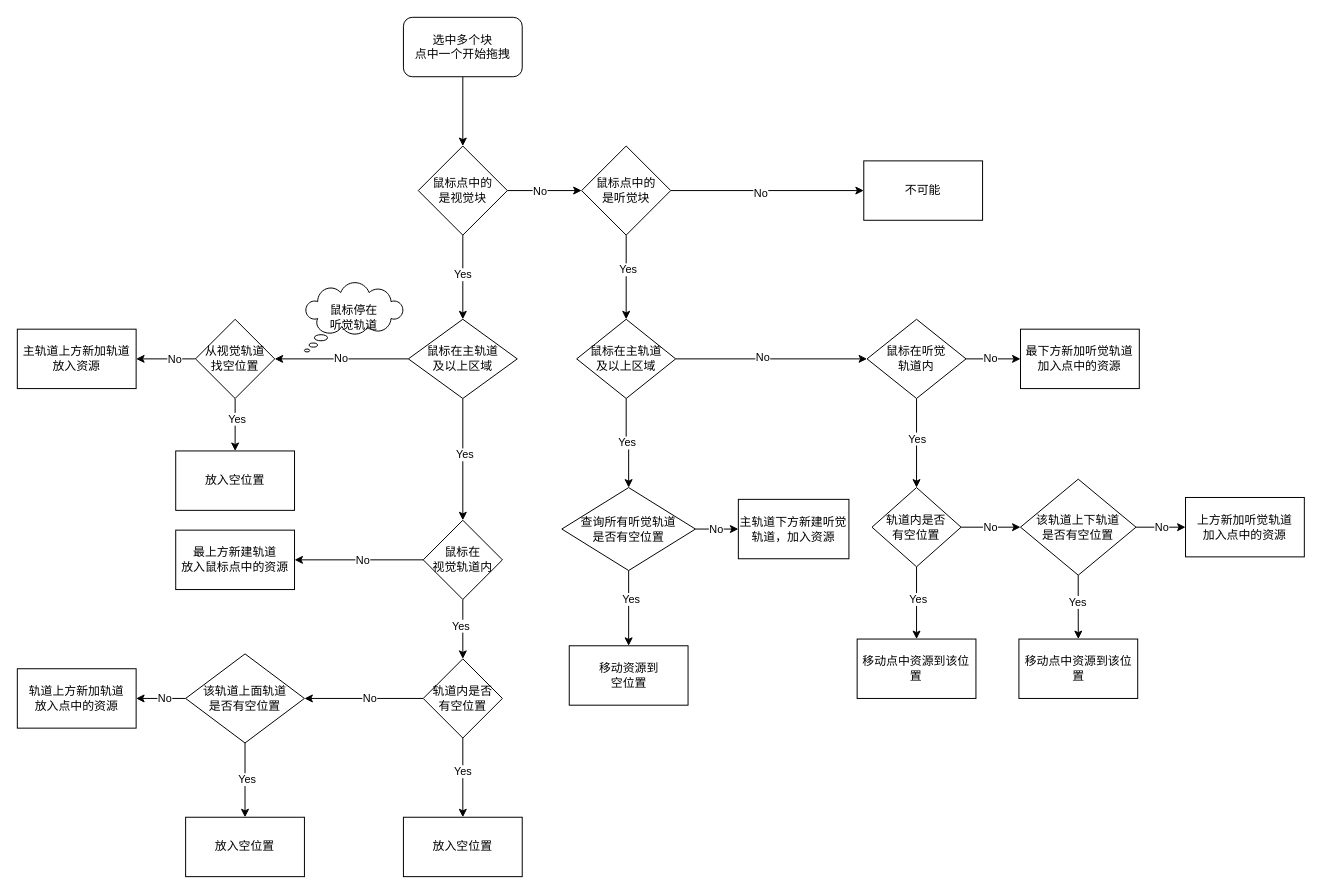
Earlier version of the draw.io diagram page "多块移动-拖拽块" (3 of 5) of drag flow.drawio (macfanr/drawio). Source tidied: cells renumbered, new cells numbered last; positions are measured from the earlier drawing's top-left corner, leaving out a move shared by most shapes. Both pictures are drawn from the tidied source at 99%, with x=0, y=0 at pixel (17, 17).
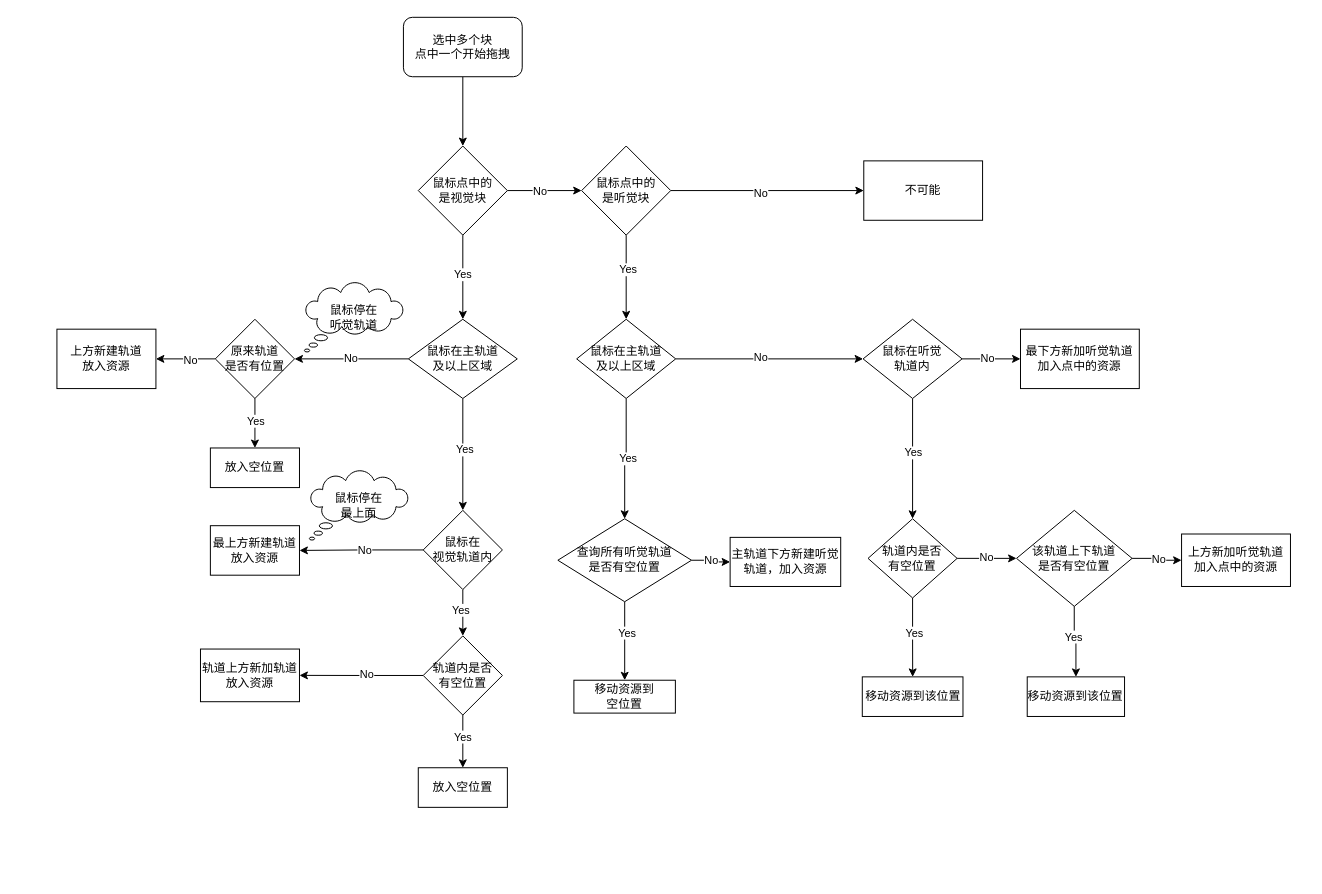
The same diagram, later.

The change refers to these unchanged cells:
```xml
<mxCell id="12" value="鼠标在主轨道&lt;br&gt;及以上区域" style="rhombus;whiteSpace=wrap;html=1;rounded=0;" parent="1" vertex="1">
  <mxGeometry x="395" y="305" width="110" height="80" as="geometry" />
</mxCell>
```

Diff of the diagram source:
```diff
@@
-    <mxCell id="11" value="No" style="edgeStyle=orthogonalEdgeStyle;rounded=0;jettySize=auto;html=1;endArrow=classic;endFill=1;entryX=1;entryY=0.5;entryDx=0;entryDy=0;" parent="1" edge="1" source="12" target="59">
+    <mxCell id="11" value="No" style="edgeStyle=orthogonalEdgeStyle;rounded=0;jettySize=auto;html=1;endArrow=classic;endFill=1;" parent="1" edge="1" source="12" target="81">
       <mxGeometry relative="1" as="geometry" />
     </mxCell>
@@
     <mxCell id="28" value="鼠标在&lt;br&gt;视觉轨道内" style="rhombus;whiteSpace=wrap;html=1;rounded=0;" parent="1" vertex="1">
-      <mxGeometry x="410" y="508" width="80" height="80" as="geometry" />
+      <mxGeometry x="410" y="498" width="80" height="80" as="geometry" />
     </mxCell>
-    <mxCell id="29" style="edgeStyle=orthogonalEdgeStyle;rounded=0;jettySize=auto;html=1;" parent="1" edge="1" source="31" target="69">
+    <mxCell id="29" style="edgeStyle=orthogonalEdgeStyle;rounded=0;jettySize=auto;html=1;entryX=1;entryY=0.5;entryDx=0;entryDy=0;" parent="1" edge="1" source="31" target="32">
       <mxGeometry relative="1" as="geometry" />
     </mxCell>
@@
     <mxCell id="31" value="轨道内是否&lt;br&gt;有空位置" style="rhombus;whiteSpace=wrap;html=1;rounded=0;" parent="1" vertex="1">
-      <mxGeometry x="410" y="648" width="80" height="80" as="geometry" />
+      <mxGeometry x="410" y="624.8" width="80" height="80" as="geometry" />
     </mxCell>
-    <mxCell id="32" value="轨道上方新加轨道&lt;br&gt;放入点中的资源" style="whiteSpace=wrap;html=1;rounded=0;" parent="1" vertex="1">
-      <mxGeometry y="658" width="120" height="60" as="geometry" />
+    <mxCell id="32" value="轨道上方新加轨道&lt;br&gt;放入资源" style="whiteSpace=wrap;html=1;rounded=0;" parent="1" vertex="1">
+      <mxGeometry x="185" y="638.1" width="100" height="53.2" as="geometry" />
     </mxCell>
-    <mxCell id="33" value="最上方新建轨道&lt;br&gt;放入鼠标点中的资源" style="whiteSpace=wrap;html=1;rounded=0;" parent="1" vertex="1">
-      <mxGeometry x="160" y="518" width="120" height="60" as="geometry" />
+    <mxCell id="33" value="最上方新建轨道&lt;br&gt;放入资源" style="whiteSpace=wrap;html=1;rounded=0;" parent="1" vertex="1">
+      <mxGeometry x="195" y="513.5" width="90" height="50" as="geometry" />
     </mxCell>
-    <mxCell id="34" value="放入空位置" style="whiteSpace=wrap;html=1;rounded=0;" parent="1" vertex="1">
-      <mxGeometry x="170" y="808" width="120" height="60" as="geometry" />
-    </mxCell>
     <mxCell id="35" value="移动资源到&lt;br&gt;空位置" style="whiteSpace=wrap;html=1;" parent="1" vertex="1">
-      <mxGeometry x="557.5" y="634.8" width="120" height="60" as="geometry" />
+      <mxGeometry x="562.2" y="669.6" width="102.5" height="33.2" as="geometry" />
     </mxCell>
@@
     <mxCell id="40" value="查询所有听觉轨道&lt;br&gt;是否有空位置" style="rhombus;whiteSpace=wrap;html=1;" parent="1" vertex="1">
-      <mxGeometry x="550" y="475" width="135" height="83.8" as="geometry" />
+      <mxGeometry x="546" y="506.5" width="135" height="83.8" as="geometry" />
     </mxCell>
     <mxCell id="41" value="主轨道下方新建听觉&lt;br&gt;轨道，加入资源" style="whiteSpace=wrap;html=1;" parent="1" vertex="1">
-      <mxGeometry x="728.3" y="486.9" width="111.7" height="60" as="geometry" />
+      <mxGeometry x="720" y="525.3" width="111.7" height="49.6" as="geometry" />
     </mxCell>
@@
     <mxCell id="46" value="鼠标在听觉&lt;br&gt;轨道内" style="rhombus;whiteSpace=wrap;html=1;" parent="1" vertex="1">
-      <mxGeometry x="858.3" y="305" width="100" height="80" as="geometry" />
+      <mxGeometry x="854.3" y="305" width="100" height="80" as="geometry" />
     </mxCell>
@@
     <mxCell id="51" value="轨道内是否&lt;br&gt;有空位置" style="rhombus;whiteSpace=wrap;html=1;" parent="1" vertex="1">
-      <mxGeometry x="863.3" y="475" width="90" height="80" as="geometry" />
+      <mxGeometry x="859.3" y="506.5" width="90" height="80" as="geometry" />
     </mxCell>
@@
-    <mxCell id="53" value="移动点中资源到该位置" style="whiteSpace=wrap;html=1;" parent="1" vertex="1">
-      <mxGeometry x="848.3" y="628" width="120" height="60" as="geometry" />
+    <mxCell id="53" value="移动资源到该位置" style="whiteSpace=wrap;html=1;" parent="1" vertex="1">
+      <mxGeometry x="853.5" y="666.2" width="101.7" height="40" as="geometry" />
     </mxCell>
     <mxCell id="54" value="上方新加听觉轨道&lt;br&gt;加入点中的资源" style="whiteSpace=wrap;html=1;" parent="1" vertex="1">
-      <mxGeometry x="1180" y="485" width="120" height="60" as="geometry" />
+      <mxGeometry x="1176" y="521.9" width="110" height="53" as="geometry" />
     </mxCell>
-    <mxCell id="55" style="edgeStyle=orthogonalEdgeStyle;rounded=0;jettySize=auto;html=1;" parent="1" edge="1" source="59" target="60">
-      <mxGeometry relative="1" as="geometry" />
-    </mxCell>
-    <mxCell id="56" value="Yes" style="edgeLabel;html=1;align=center;verticalAlign=middle;" parent="55" vertex="1">
-      <mxGeometry x="-0.23" y="1" relative="1" as="geometry" />
-    </mxCell>
-    <mxCell id="57" style="edgeStyle=orthogonalEdgeStyle;rounded=0;jettySize=auto;html=1;" parent="1" edge="1" source="59" target="61">
-      <mxGeometry relative="1" as="geometry" />
-    </mxCell>
-    <mxCell id="58" value="No" style="edgeLabel;html=1;align=center;verticalAlign=middle;" parent="57" vertex="1">
-      <mxGeometry x="-0.27" relative="1" as="geometry" />
-    </mxCell>
-    <mxCell id="59" value="从视觉轨道&lt;br&gt;找空位置" style="rhombus;whiteSpace=wrap;html=1;rounded=0;" parent="1" vertex="1">
-      <mxGeometry x="180" y="305" width="80" height="80" as="geometry" />
-    </mxCell>
-    <mxCell id="60" value="放入空位置" style="whiteSpace=wrap;html=1;rounded=0;" parent="1" vertex="1">
-      <mxGeometry x="160" y="438" width="120" height="60" as="geometry" />
-    </mxCell>
-    <mxCell id="61" value="主轨道上方新加轨道&lt;br&gt;放入资源" style="whiteSpace=wrap;html=1;rounded=0;" parent="1" vertex="1">
-      <mxGeometry y="315" width="120" height="60" as="geometry" />
-    </mxCell>
@@
-    <mxCell id="65" style="edgeStyle=orthogonalEdgeStyle;rounded=0;jettySize=auto;html=1;" parent="1" edge="1" source="69" target="34">
-      <mxGeometry relative="1" as="geometry" />
-    </mxCell>
-    <mxCell id="66" value="Yes" style="edgeLabel;html=1;align=center;verticalAlign=middle;" parent="65" vertex="1">
-      <mxGeometry x="-0.04" y="1" relative="1" as="geometry" />
-    </mxCell>
-    <mxCell id="67" style="edgeStyle=orthogonalEdgeStyle;rounded=0;jettySize=auto;html=1;" parent="1" edge="1" source="69" target="32">
-      <mxGeometry relative="1" as="geometry" />
-    </mxCell>
-    <mxCell id="68" value="No" style="edgeLabel;html=1;align=center;verticalAlign=middle;" parent="67" vertex="1">
-      <mxGeometry x="-0.12" y="-1" relative="1" as="geometry" />
-    </mxCell>
-    <mxCell id="69" value="该轨道上面轨道&lt;br&gt;是否有空位置" style="rhombus;whiteSpace=wrap;html=1;rounded=0;" parent="1" vertex="1">
-      <mxGeometry x="170" y="643" width="120" height="90" as="geometry" />
-    </mxCell>
     <mxCell id="70" value="放入空位置" style="whiteSpace=wrap;html=1;rounded=0;" parent="1" vertex="1">
-      <mxGeometry x="390" y="808" width="120" height="60" as="geometry" />
+      <mxGeometry x="405" y="758" width="90" height="40" as="geometry" />
     </mxCell>
@@
     <mxCell id="75" value="该轨道上下轨道&lt;br&gt;是否有空位置" style="rhombus;whiteSpace=wrap;html=1;" parent="1" vertex="1">
-      <mxGeometry x="1013.3" y="466.5" width="116.7" height="97" as="geometry" />
+      <mxGeometry x="1009.3" y="498" width="116.7" height="97" as="geometry" />
     </mxCell>
-    <mxCell id="76" value="&lt;span&gt;移动点中资源到该位置&lt;/span&gt;" style="whiteSpace=wrap;html=1;" parent="1" vertex="1">
-      <mxGeometry x="1011.7" y="628" width="120" height="60" as="geometry" />
+    <mxCell id="76" value="移动资源到该位置" style="whiteSpace=wrap;html=1;" parent="1" vertex="1">
+      <mxGeometry x="1020.1" y="666.2" width="98.3" height="40" as="geometry" />
     </mxCell>
+    <mxCell id="77" style="edgeStyle=orthogonalEdgeStyle;rounded=0;jettySize=auto;html=1;" parent="1" edge="1" source="81" target="82">
+      <mxGeometry relative="1" as="geometry" />
+    </mxCell>
+    <mxCell id="78" value="No" style="edgeLabel;html=1;align=center;verticalAlign=middle;" parent="77" vertex="1">
+      <mxGeometry x="-0.13" y="1" relative="1" as="geometry" />
+    </mxCell>
+    <mxCell id="79" style="edgeStyle=orthogonalEdgeStyle;rounded=0;jettySize=auto;html=1;" parent="1" edge="1" source="81" target="83">
+      <mxGeometry relative="1" as="geometry" />
+    </mxCell>
+    <mxCell id="80" value="Yes" style="edgeLabel;html=1;align=center;verticalAlign=middle;" parent="79" vertex="1">
+      <mxGeometry x="-0.12" relative="1" as="geometry" />
+    </mxCell>
+    <mxCell id="81" value="原来轨道&lt;br&gt;是否有位置" style="rhombus;whiteSpace=wrap;html=1;" parent="1" vertex="1">
+      <mxGeometry x="200" y="305" width="80" height="80" as="geometry" />
+    </mxCell>
+    <mxCell id="82" value="上方新建轨道&lt;br&gt;放入资源" style="whiteSpace=wrap;html=1;" parent="1" vertex="1">
+      <mxGeometry x="40" y="315" width="100" height="60" as="geometry" />
+    </mxCell>
+    <mxCell id="83" value="放入空位置" style="whiteSpace=wrap;html=1;rounded=0;" parent="1" vertex="1">
+      <mxGeometry x="195" y="435" width="90" height="40" as="geometry" />
+    </mxCell>
+    <mxCell id="84" value="鼠标停在&lt;br&gt;最上面" style="whiteSpace=wrap;html=1;shape=mxgraph.basic.cloud_callout;rounded=0;" parent="1" vertex="1">
+      <mxGeometry x="295" y="458" width="100" height="70" as="geometry" />
+    </mxCell>
```
